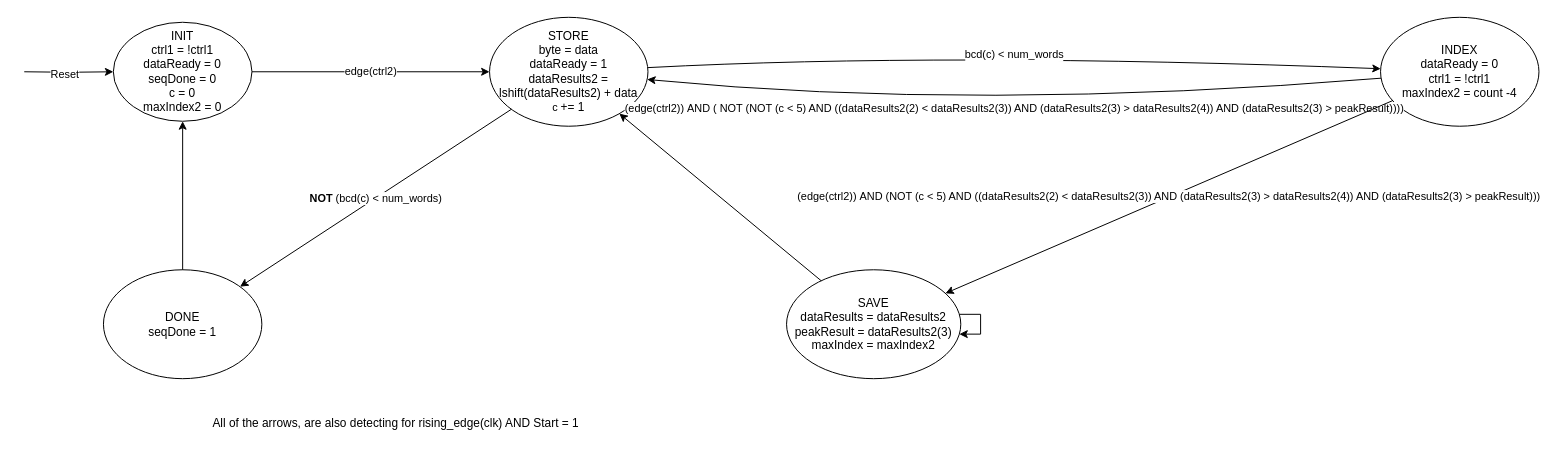
Before: FSM.drawio in OscarHdez103/DigProjFSM, a draw.io diagram. Source tidied: cells renumbered, new cells numbered last; positions are measured from the earlier drawing's top-left corner, leaving out a move shared by most shapes. Both pictures are drawn from the tidied source at 99%, with x=0, y=0 at pixel (24, 17).
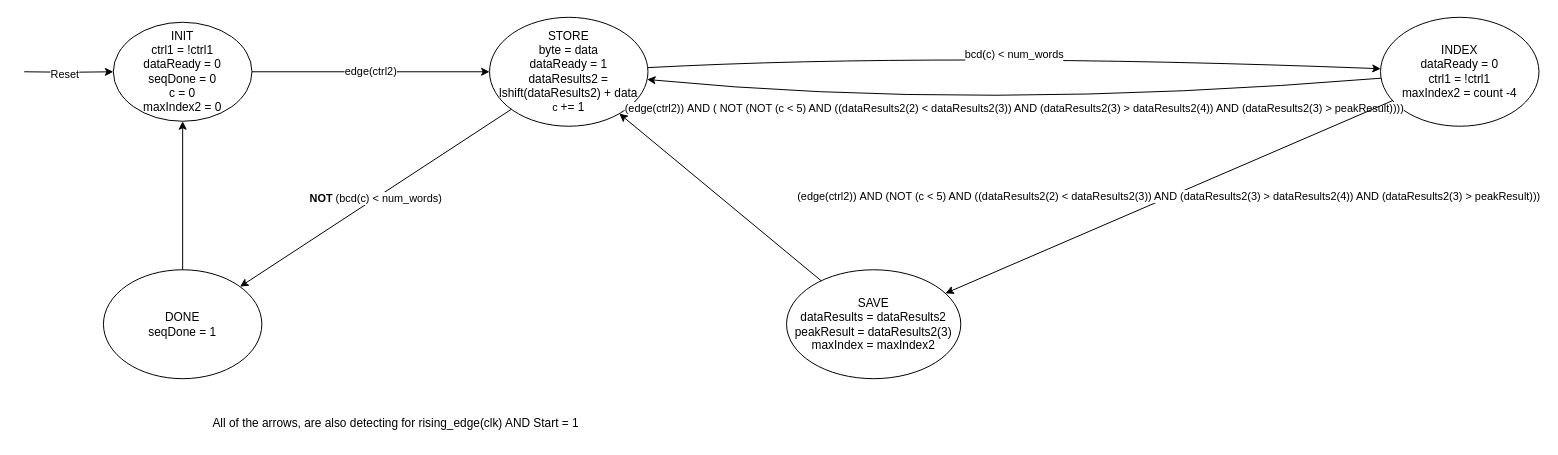
After the change.

Unchanged cells that the change refers to:
```xml
<mxCell id="8" value="&lt;div&gt;SAVE&lt;/div&gt;&lt;div&gt;dataResults = dataResults2&lt;/div&gt;&lt;div&gt;&lt;span style=&quot;background-color: initial;&quot;&gt;peakResult = dataResults2(3)&lt;/span&gt;&lt;br&gt;&lt;/div&gt;&lt;div&gt;&lt;div&gt;maxIndex = maxIndex2&lt;/div&gt;&lt;/div&gt;" style="ellipse;whiteSpace=wrap;html=1;" parent="1" vertex="1">
  <mxGeometry x="770" y="255" width="176" height="110" as="geometry" />
</mxCell>
```

What changed in the source:
```diff
@@
-    <mxCell id="16" style="edgeStyle=orthogonalEdgeStyle;rounded=0;orthogonalLoop=1;jettySize=auto;html=1;" parent="1" edge="1" source="8" target="8">
-      <mxGeometry relative="1" as="geometry" />
-    </mxCell>
```
